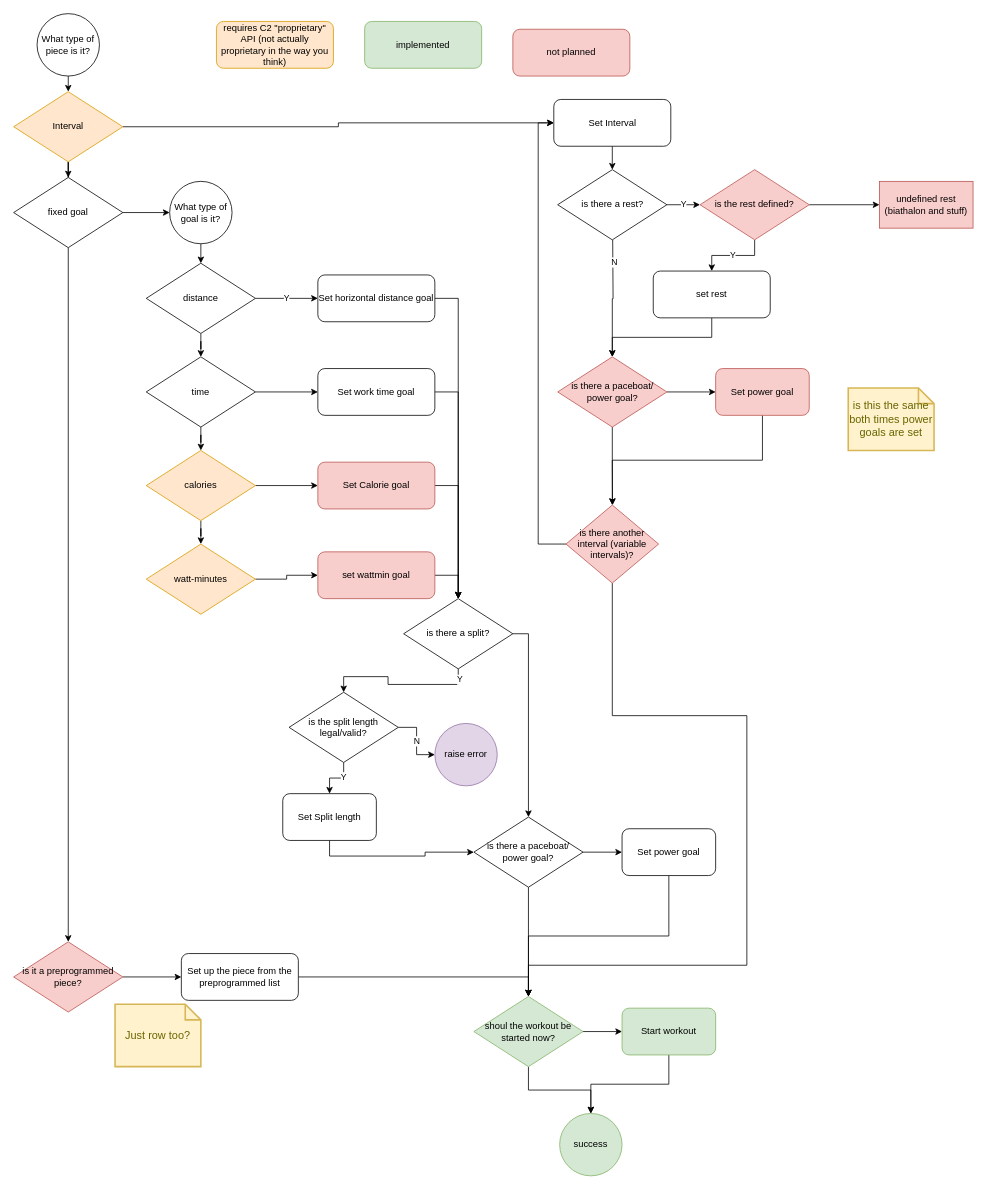
The draw.io diagram docs/diagrams/Workout Types Flow.drawio in OpenRowingCommunity/c2bluetooth, before the edit. Source tidied: cells renumbered, new cells numbered last; positions are measured from the earlier drawing's top-left corner, leaving out a move shared by most shapes. Both pictures are drawn from the tidied source at 78%, with x=0, y=0 at pixel (13, 13).
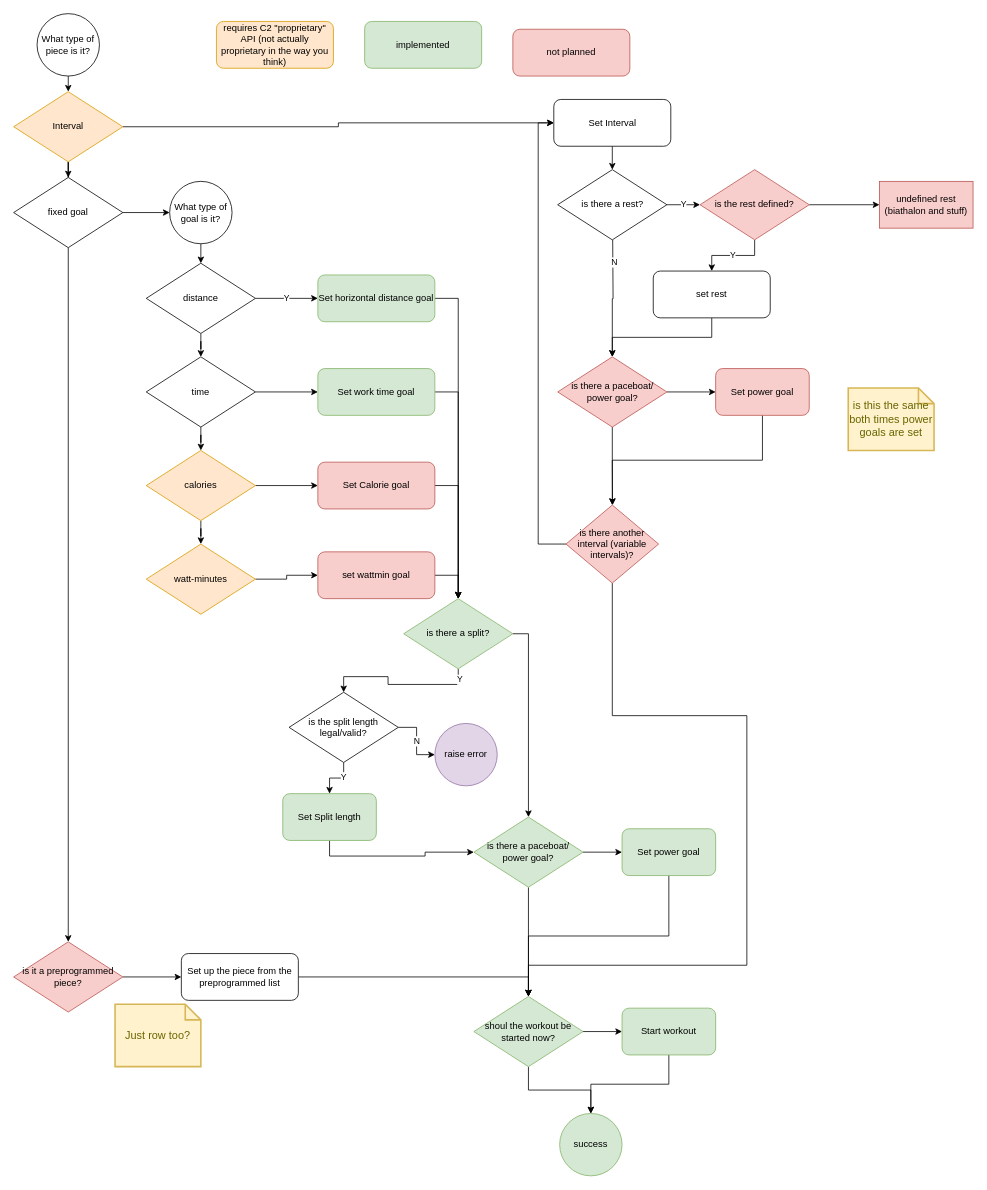
The same diagram, later.

Commit message:
update diagram colors

What changed in the source:
```diff
@@
-    <mxCell id="3" value="Set horizontal distance goal" style="rounded=1;whiteSpace=wrap;html=1;" parent="1" vertex="1">
+    <mxCell id="3" value="Set horizontal distance goal" style="rounded=1;whiteSpace=wrap;html=1;fillColor=#d5e8d4;strokeColor=#82b366;" parent="1" vertex="1">
       <mxGeometry x="390" y="335" width="150" height="60" as="geometry" />
     </mxCell>
@@
-    <mxCell id="8" value="Set work time goal" style="rounded=1;whiteSpace=wrap;html=1;" parent="1" vertex="1">
+    <mxCell id="8" value="Set work time goal" style="rounded=1;whiteSpace=wrap;html=1;fillColor=#d5e8d4;strokeColor=#82b366;" parent="1" vertex="1">
       <mxGeometry x="390" y="455" width="150" height="60" as="geometry" />
     </mxCell>
@@
-    <mxCell id="29" value="is there a split?" style="rhombus;whiteSpace=wrap;html=1;" parent="1" vertex="1">
+    <mxCell id="29" value="is there a split?" style="rhombus;whiteSpace=wrap;html=1;fillColor=#d5e8d4;strokeColor=#82b366;" parent="1" vertex="1">
       <mxGeometry x="500" y="750" width="140" height="90" as="geometry" />
     </mxCell>
@@
-    <mxCell id="44" value="is there a paceboat/&lt;br&gt;power goal?" style="rhombus;whiteSpace=wrap;html=1;" parent="1" vertex="1">
+    <mxCell id="44" value="is there a paceboat/&lt;br&gt;power goal?" style="rhombus;whiteSpace=wrap;html=1;fillColor=#d5e8d4;strokeColor=#82b366;" parent="1" vertex="1">
       <mxGeometry x="590" y="1030" width="140" height="90" as="geometry" />
     </mxCell>
@@
-    <mxCell id="53" value="Set power goal" style="whiteSpace=wrap;html=1;rounded=1;" parent="1" vertex="1">
+    <mxCell id="53" value="Set power goal" style="whiteSpace=wrap;html=1;rounded=1;fillColor=#d5e8d4;strokeColor=#82b366;" parent="1" vertex="1">
       <mxGeometry x="780" y="1045" width="120" height="60" as="geometry" />
     </mxCell>
@@
-    <mxCell id="61" value="Set Split length" style="whiteSpace=wrap;html=1;rounded=1;" parent="1" vertex="1">
+    <mxCell id="61" value="Set Split length" style="whiteSpace=wrap;html=1;rounded=1;fillColor=#d5e8d4;strokeColor=#82b366;" parent="1" vertex="1">
       <mxGeometry x="345" y="1000" width="120" height="60" as="geometry" />
     </mxCell>
```
